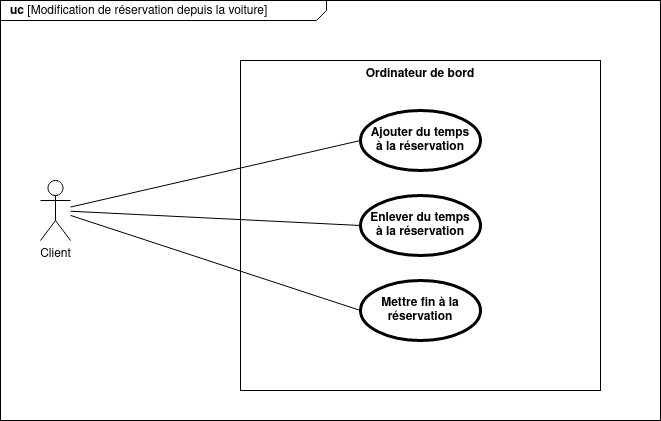
Before: diagrammes/uc-modifier_reservation.png, a diagram exported from draw.io (Dalker/ISI-mobility). Source tidied: cells renumbered, new cells last; positions are measured from the earlier drawing's top-left corner, leaving out a move shared by most shapes. The source it was exported from:
```xml
<mxGraphModel>
  <root>
    <mxCell id="0" />
    <mxCell id="1" parent="0" />
    <mxCell id="2" value="&lt;p style=&quot;margin: 0px ; margin-top: 4px ; margin-left: 10px ; text-align: left&quot;&gt;&lt;b&gt;uc &lt;/b&gt;[Modification de réservation depuis la voiture]&lt;/p&gt;" style="html=1;shape=mxgraph.sysml.package;xSize=90;align=left;spacingLeft=10;overflow=fill;strokeWidth=1;labelX=326;" parent="1" vertex="1">
      <mxGeometry width="660" height="420" as="geometry" />
    </mxCell>
    <mxCell id="3" value="Ordinateur de bord" style="shape=rect;html=1;verticalAlign=top;fontStyle=1;whiteSpace=wrap;align=center;" parent="1" vertex="1">
      <mxGeometry x="240" y="60" width="360" height="330" as="geometry" />
    </mxCell>
    <mxCell id="4" value="&lt;div&gt;Client&lt;/div&gt;" style="shape=umlActor;html=1;verticalLabelPosition=bottom;verticalAlign=top;align=center;" parent="1" vertex="1">
      <mxGeometry x="40" y="180" width="30" height="60" as="geometry" />
    </mxCell>
    <mxCell id="5" style="edgeStyle=none;html=1;endArrow=none;verticalAlign=bottom;entryX=0;entryY=0.5;entryDx=0;entryDy=0;" parent="1" edge="1" source="4" target="6">
      <mxGeometry relative="1" as="geometry" />
    </mxCell>
    <mxCell id="6" value="&lt;div&gt;Ajouter du temps&lt;/div&gt;&lt;div&gt;à la réservation&lt;br&gt;&lt;/div&gt;" style="shape=ellipse;html=1;strokeWidth=3;fontStyle=1;whiteSpace=wrap;align=center;perimeter=ellipsePerimeter;" parent="1" vertex="1">
      <mxGeometry x="360" y="110" width="120" height="60" as="geometry" />
    </mxCell>
    <mxCell id="7" value="&lt;div&gt;Enlever du temps&lt;/div&gt;&lt;div&gt;à la réservation&lt;br&gt;&lt;/div&gt;" style="shape=ellipse;html=1;strokeWidth=3;fontStyle=1;whiteSpace=wrap;align=center;perimeter=ellipsePerimeter;" parent="1" vertex="1">
      <mxGeometry x="360" y="195" width="120" height="60" as="geometry" />
    </mxCell>
    <mxCell id="8" value="&lt;div&gt;Mettre fin à la&lt;/div&gt;&lt;div&gt;réservation&lt;br&gt;&lt;/div&gt;" style="shape=ellipse;html=1;strokeWidth=3;fontStyle=1;whiteSpace=wrap;align=center;perimeter=ellipsePerimeter;" parent="1" vertex="1">
      <mxGeometry x="360" y="280" width="120" height="60" as="geometry" />
    </mxCell>
    <mxCell id="9" style="edgeStyle=none;html=1;endArrow=none;verticalAlign=bottom;entryX=0;entryY=0.5;entryDx=0;entryDy=0;" parent="1" edge="1" source="4" target="7">
      <mxGeometry relative="1" as="geometry" />
    </mxCell>
    <mxCell id="10" style="edgeStyle=none;html=1;endArrow=none;verticalAlign=bottom;entryX=0;entryY=0.5;entryDx=0;entryDy=0;" parent="1" edge="1" source="4" target="8">
      <mxGeometry relative="1" as="geometry" />
    </mxCell>
  </root>
</mxGraphModel>
```
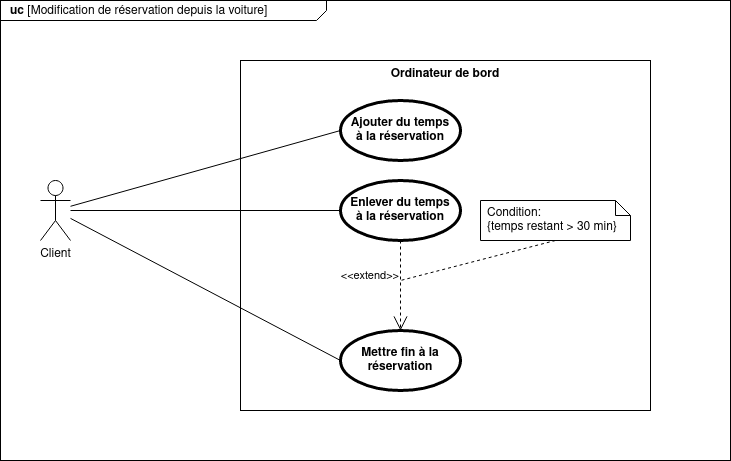
After the commit.

Commit message:
corriger erreur de version de diagrams.net

The edit, as a diff of the source:
```diff
@@ -3,10 +3,10 @@
     <mxCell id="0" />
     <mxCell id="1" parent="0" />
     <mxCell id="2" value="&lt;p style=&quot;margin: 0px ; margin-top: 4px ; margin-left: 10px ; text-align: left&quot;&gt;&lt;b&gt;uc &lt;/b&gt;[Modification de réservation depuis la voiture]&lt;/p&gt;" style="html=1;shape=mxgraph.sysml.package;xSize=90;align=left;spacingLeft=10;overflow=fill;strokeWidth=1;labelX=326;" parent="1" vertex="1">
-      <mxGeometry width="660" height="420" as="geometry" />
+      <mxGeometry width="730" height="460" as="geometry" />
     </mxCell>
     <mxCell id="3" value="Ordinateur de bord" style="shape=rect;html=1;verticalAlign=top;fontStyle=1;whiteSpace=wrap;align=center;" parent="1" vertex="1">
-      <mxGeometry x="240" y="60" width="360" height="330" as="geometry" />
+      <mxGeometry x="240" y="60" width="410" height="350" as="geometry" />
     </mxCell>
     <mxCell id="4" value="&lt;div&gt;Client&lt;/div&gt;" style="shape=umlActor;html=1;verticalLabelPosition=bottom;verticalAlign=top;align=center;" parent="1" vertex="1">
       <mxGeometry x="40" y="180" width="30" height="60" as="geometry" />
@@ -15,13 +15,13 @@
       <mxGeometry relative="1" as="geometry" />
     </mxCell>
     <mxCell id="6" value="&lt;div&gt;Ajouter du temps&lt;/div&gt;&lt;div&gt;à la réservation&lt;br&gt;&lt;/div&gt;" style="shape=ellipse;html=1;strokeWidth=3;fontStyle=1;whiteSpace=wrap;align=center;perimeter=ellipsePerimeter;" parent="1" vertex="1">
-      <mxGeometry x="360" y="110" width="120" height="60" as="geometry" />
+      <mxGeometry x="340" y="100" width="120" height="60" as="geometry" />
     </mxCell>
     <mxCell id="7" value="&lt;div&gt;Enlever du temps&lt;/div&gt;&lt;div&gt;à la réservation&lt;br&gt;&lt;/div&gt;" style="shape=ellipse;html=1;strokeWidth=3;fontStyle=1;whiteSpace=wrap;align=center;perimeter=ellipsePerimeter;" parent="1" vertex="1">
-      <mxGeometry x="360" y="195" width="120" height="60" as="geometry" />
+      <mxGeometry x="340" y="180" width="120" height="60" as="geometry" />
     </mxCell>
     <mxCell id="8" value="&lt;div&gt;Mettre fin à la&lt;/div&gt;&lt;div&gt;réservation&lt;br&gt;&lt;/div&gt;" style="shape=ellipse;html=1;strokeWidth=3;fontStyle=1;whiteSpace=wrap;align=center;perimeter=ellipsePerimeter;" parent="1" vertex="1">
-      <mxGeometry x="360" y="280" width="120" height="60" as="geometry" />
+      <mxGeometry x="340" y="330" width="120" height="60" as="geometry" />
     </mxCell>
     <mxCell id="9" style="edgeStyle=none;html=1;endArrow=none;verticalAlign=bottom;entryX=0;entryY=0.5;entryDx=0;entryDy=0;" parent="1" edge="1" source="4" target="7">
       <mxGeometry relative="1" as="geometry" />
@@ -29,5 +29,18 @@
     <mxCell id="10" style="edgeStyle=none;html=1;endArrow=none;verticalAlign=bottom;entryX=0;entryY=0.5;entryDx=0;entryDy=0;" parent="1" edge="1" source="4" target="8">
       <mxGeometry relative="1" as="geometry" />
     </mxCell>
+    <mxCell id="11" value="Condition: &#10;{temps restant &gt; 30 min}" style="shape=note;size=15;spacingLeft=5;align=left;whiteSpace=wrap;" parent="1" vertex="1">
+      <mxGeometry x="480" y="200" width="150" height="40" as="geometry" />
+    </mxCell>
+    <mxCell id="12" value="&amp;lt;&amp;lt;extend&amp;gt;&amp;gt;" style="align=right;html=1;verticalAlign=bottom;rounded=0;labelBackgroundColor=none;endArrow=open;endSize=12;dashed=1;entryX=0.5;entryY=0;entryDx=0;entryDy=0;" parent="1" edge="1" target="8">
+      <mxGeometry relative="1" as="geometry">
+        <mxPoint x="400" y="240" as="sourcePoint" />
+      </mxGeometry>
+    </mxCell>
+    <mxCell id="13" style="edgeStyle=none;html=1;endArrow=none;rounded=0;labelBackgroundColor=none;dashed=1;exitX=0.5;exitY=1;" parent="1" edge="1" source="11">
+      <mxGeometry relative="1" as="geometry">
+        <mxPoint x="400" y="280" as="targetPoint" />
+      </mxGeometry>
+    </mxCell>
   </root>
 </mxGraphModel>
```
